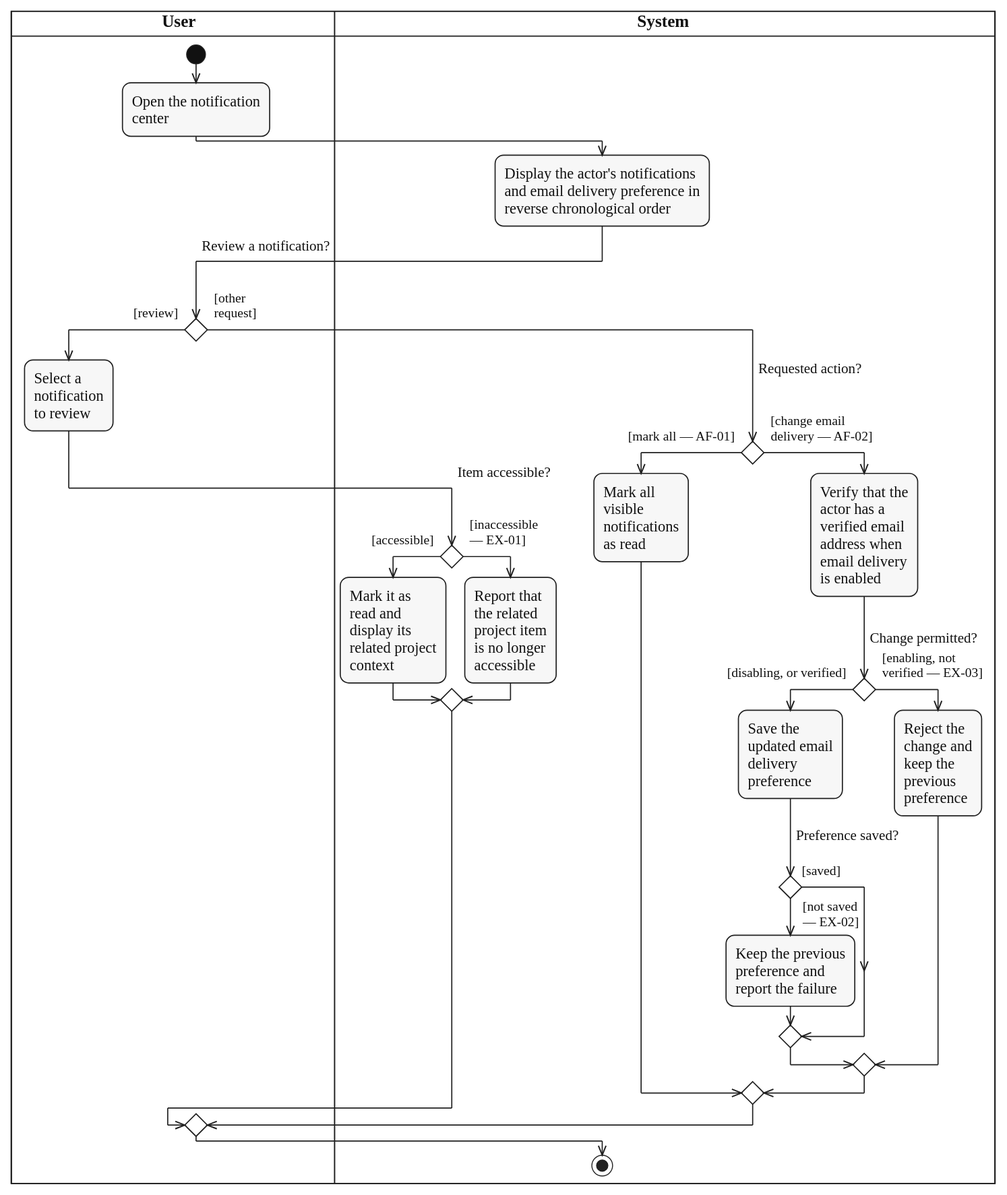
lukenab/swd392-doc-automation keeps this PlantUML diagram as diagrams/activity/collaboration-notification/svg/UC-NOTIFICATIONS-REVIEW.svg. Above is the earlier version. Its source is kept beside it as diagrams/activity/collaboration-notification/source/UC-NOTIFICATIONS-REVIEW.puml.
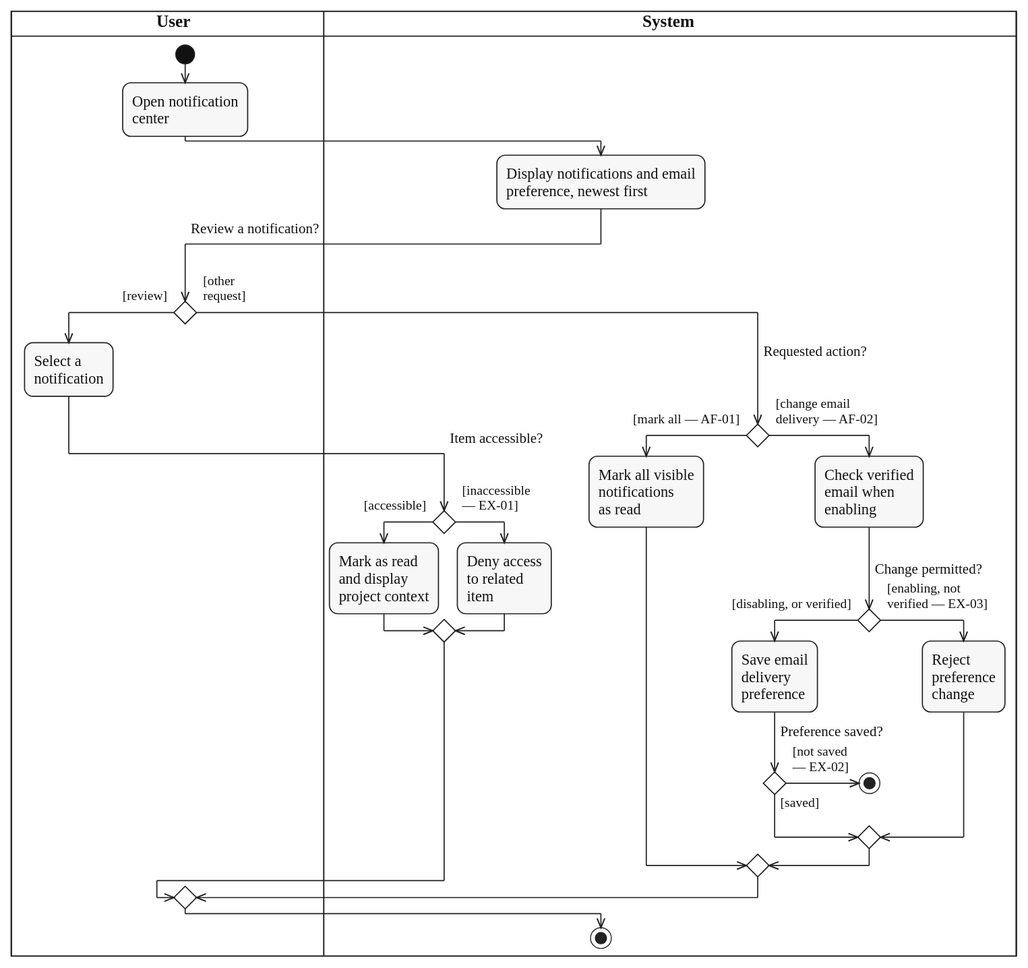
After the commit.

The edit, as a diff of the source:
```diff
@@ -5,62 +5,47 @@
 
 |USR|
 start
-:Open the notification
+:Open notification
 center;
 |SYS|
-:Display the actor's notifications
-and email delivery preference in
-reverse chronological order;
+:Display notifications and email
+preference, newest first;
 |USR|
 if ($question_x("Review a notification?")) then ($guard_left("[review]"))
   :Select a
-  notification
-  to review;
+  notification;
   |SYS|
   if ($question_x("Item accessible?")) then ($guard_left("[accessible]"))
-    :Mark it as
-    read and
-    display its
-    related project
-    context;
+    :Mark as read
+    and display
+    project context;
   else ($guard_right("[inaccessible", "— EX-01]"))
-    :Report that
-    the related
-    project item
-    is no longer
-    accessible;
+    :Deny access
+    to related
+    item;
   endif
 else ($guard_right("[other", "request]"))
   |SYS|
   if ($question_x("Requested action?")) then ($guard_left("[mark all — AF-01]"))
-    :Mark all
-    visible
+    :Mark all visible
     notifications
     as read;
   else ($guard_right("[change email", "delivery — AF-02]"))
-    :Verify that the
-    actor has a
-    verified email
-    address when
-    email delivery
-    is enabled;
+    :Check verified
+    email when
+    enabling;
     if ($question("Change permitted?")) then ($guard_left("[disabling, or verified]"))
-      :Save the
-      updated email
+      :Save email
       delivery
       preference;
       if ($question("Preference saved?")) then ($guard_left("[saved]"))
       else ($guard_right("[not saved", "— EX-02]"))
-        :Keep the previous
-        preference and
-        report the failure;
+        stop
       endif
     else ($guard_right("[enabling, not", "verified — EX-03]"))
-      :Reject the
-      change and
-      keep the
-      previous
-      preference;
+      :Reject
+      preference
+      change;
     endif
   endif
 endif
```
